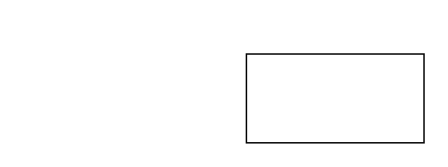
Before: 未命名绘图.drawio in aaagu1234/aaagu, a draw.io diagram. Source tidied: cells renumbered, new cells numbered last; positions are measured from the earlier drawing's top-left corner, leaving out a move shared by most shapes. Both pictures are drawn from the tidied source at 148%, with x=0, y=0 at pixel (246, 53).
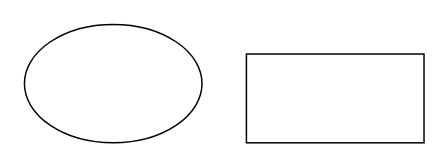
Above is the later version.

Commit message (it also covers changes not shown here):
更新未命名绘图.drawio

Diff of the diagram source:
```diff
@@
 <mxGraphModel>
   <root>
     <mxCell id="0" />
     <mxCell id="1" parent="0" />
     <mxCell id="2" style="rounded=0;whiteSpace=wrap;html=1;" parent="1" vertex="1">
       <mxGeometry width="120" height="60" as="geometry" />
     </mxCell>
+    <mxCell id="3" style="ellipse;whiteSpace=wrap;html=1;" parent="1" vertex="1">
+      <mxGeometry x="-150" y="-20" width="120" height="80" as="geometry" />
+    </mxCell>
   </root>
 </mxGraphModel>
```
